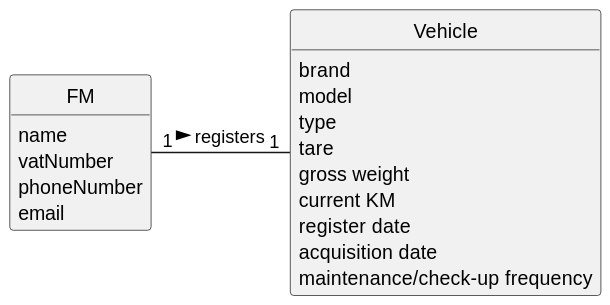
The PlantUML diagram docs/sprint2/us006/02.analysis/svg/us006-domain-model.svg in tiagosoa/lei-24-s2-1dgh-g073, before a commit.
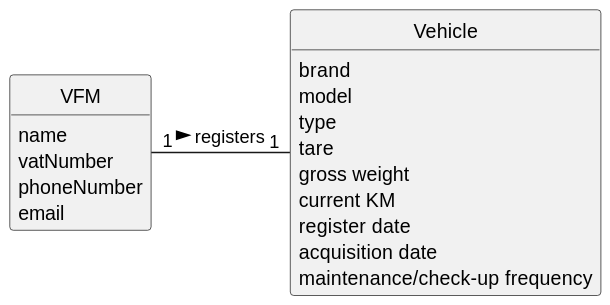
After the change.

Diff of the diagram source:
```diff
@@ -11,7 +11,7 @@
 
 
 
-class FM {
+class VFM {
     name
     vatNumber
     phoneNumber
@@ -30,5 +30,5 @@
     maintenance/check-up frequency
 }
 
-FM "1" - "1" Vehicle : registers >
+VFM "1" - "1" Vehicle : registers >
 @enduml
```
